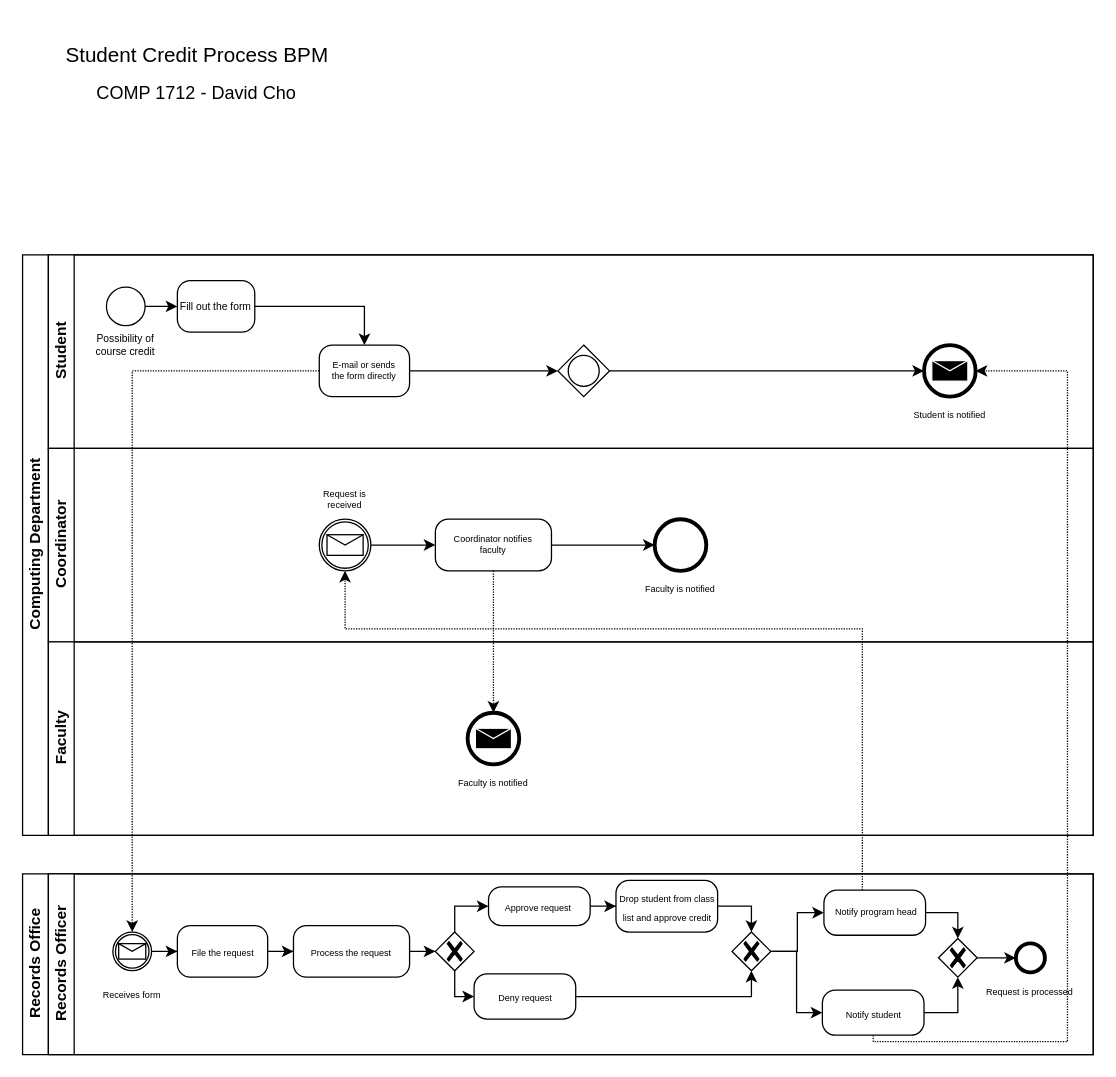
Above: Untitled Diagram.drawio in gdcho/comp1712 (draw.io), before the change. Source tidied: cells renumbered, new cells numbered last; positions are measured from the earlier drawing's top-left corner, leaving out a move shared by most shapes. Both pictures are drawn from the tidied source at 129%, with x=0, y=0 at pixel (22, 35).
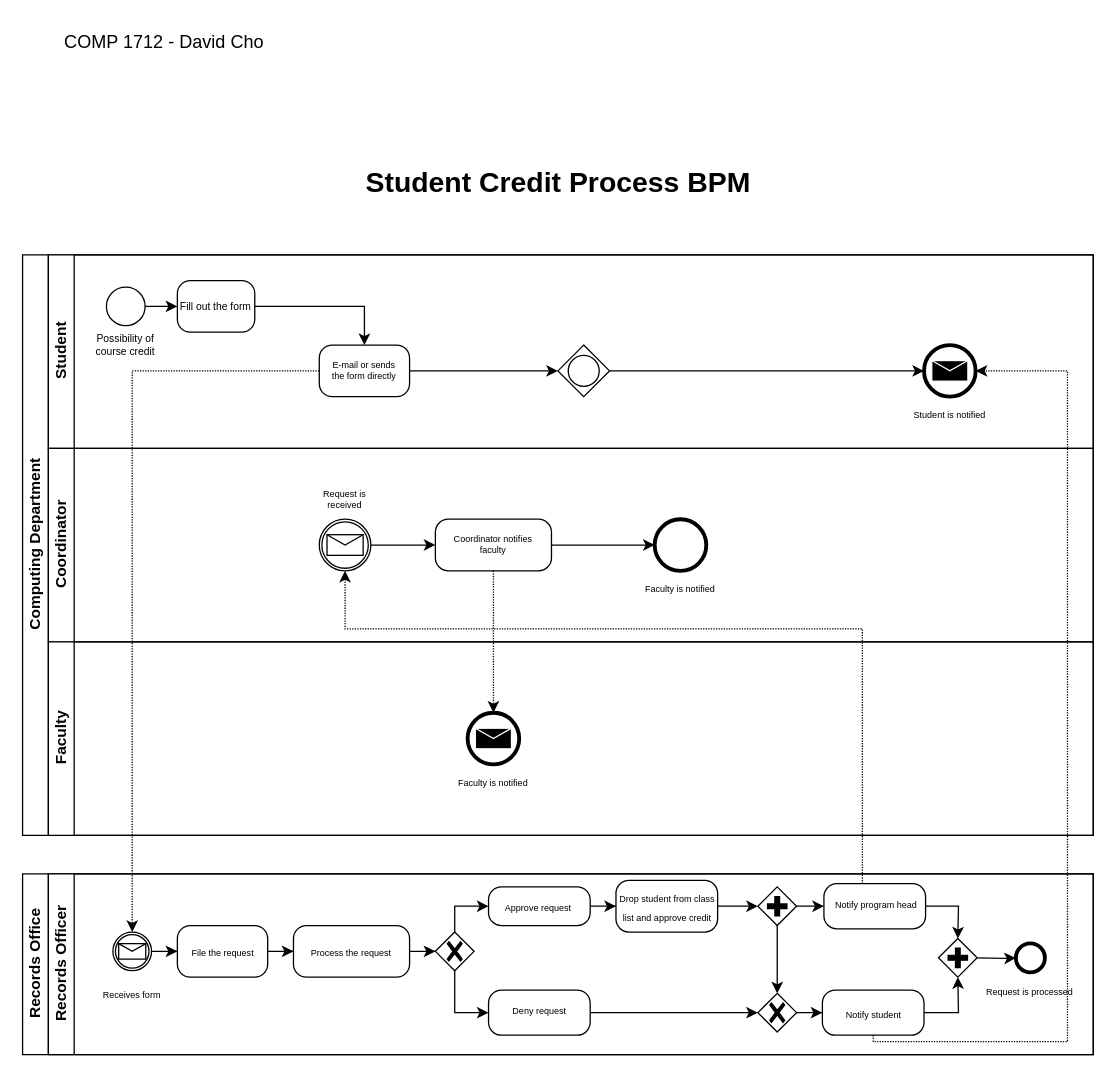
The same page after the edit.

Unchanged cells that the change refers to:
```xml
<mxCell id="16" value="Coordinator" style="swimlane;startSize=20;horizontal=0;html=1;" parent="2" vertex="1">
  <mxGeometry x="20" y="150" width="810" height="150" as="geometry" />
</mxCell>
<mxCell id="18" style="points=[[0.145,0.145,0],[0.5,0,0],[0.855,0.145,0],[1,0.5,0],[0.855,0.855,0],[0.5,1,0],[0.145,0.855,0],[0,0.5,0]];shape=mxgraph.bpmn.event;html=1;verticalLabelPosition=bottom;labelBackgroundColor=#ffffff;verticalAlign=top;align=center;perimeter=ellipsePerimeter;outlineConnect=0;outline=catching;symbol=message;" parent="16" vertex="1">
  <mxGeometry x="210" y="55" width="40" height="40" as="geometry" />
</mxCell>
<mxCell id="21" style="points=[[0.25,0,0],[0.5,0,0],[0.75,0,0],[1,0.25,0],[1,0.5,0],[1,0.75,0],[0.75,1,0],[0.5,1,0],[0.25,1,0],[0,0.75,0],[0,0.5,0],[0,0.25,0]];shape=mxgraph.bpmn.task;whiteSpace=wrap;rectStyle=rounded;size=10;html=1;taskMarker=abstract;" parent="16" vertex="1">
  <mxGeometry x="300" y="55" width="90" height="40" as="geometry" />
</mxCell>
<mxCell id="30" value="Records Officer" style="swimlane;startSize=20;horizontal=0;html=1;" parent="29" vertex="1">
  <mxGeometry x="20" width="810" height="140" as="geometry" />
</mxCell>
<mxCell id="42" style="points=[[0.25,0.25,0],[0.5,0,0],[0.75,0.25,0],[1,0.5,0],[0.75,0.75,0],[0.5,1,0],[0.25,0.75,0],[0,0.5,0]];shape=mxgraph.bpmn.gateway2;html=1;verticalLabelPosition=bottom;labelBackgroundColor=#ffffff;verticalAlign=top;align=center;perimeter=rhombusPerimeter;outlineConnect=0;outline=none;symbol=none;gwType=exclusive;" parent="30" vertex="1">
  <mxGeometry x="300" y="45" width="30" height="30" as="geometry" />
</mxCell>
<mxCell id="50" style="points=[[0.25,0,0],[0.5,0,0],[0.75,0,0],[1,0.25,0],[1,0.5,0],[1,0.75,0],[0.75,1,0],[0.5,1,0],[0.25,1,0],[0,0.75,0],[0,0.5,0],[0,0.25,0]];shape=mxgraph.bpmn.task;whiteSpace=wrap;rectStyle=rounded;size=10;html=1;taskMarker=abstract;" parent="30" vertex="1">
  <mxGeometry x="440" y="5" width="78.8" height="40" as="geometry" />
</mxCell>
<mxCell id="51" value="&lt;font style=&quot;font-size: 7px;&quot;&gt;Drop student from class list and approve credit&lt;br&gt;&lt;/font&gt;" style="text;html=1;strokeColor=none;fillColor=none;align=center;verticalAlign=middle;whiteSpace=wrap;rounded=0;" parent="30" vertex="1">
  <mxGeometry x="441.2" y="16.2" width="77.5" height="17.5" as="geometry" />
</mxCell>
<mxCell id="59" style="points=[[0.25,0,0],[0.5,0,0],[0.75,0,0],[1,0.25,0],[1,0.5,0],[1,0.75,0],[0.75,1,0],[0.5,1,0],[0.25,1,0],[0,0.75,0],[0,0.5,0],[0,0.25,0]];shape=mxgraph.bpmn.task;whiteSpace=wrap;rectStyle=rounded;size=10;html=1;taskMarker=abstract;" parent="30" vertex="1">
  <mxGeometry x="600" y="90" width="78.8" height="35" as="geometry" />
</mxCell>
<mxCell id="63" style="points=[[0.145,0.145,0],[0.5,0,0],[0.855,0.145,0],[1,0.5,0],[0.855,0.855,0],[0.5,1,0],[0.145,0.855,0],[0,0.5,0]];shape=mxgraph.bpmn.event;html=1;verticalLabelPosition=bottom;labelBackgroundColor=#ffffff;verticalAlign=top;align=center;perimeter=ellipsePerimeter;outlineConnect=0;outline=end;symbol=terminate2;" parent="30" vertex="1">
  <mxGeometry x="750" y="53.8" width="22.5" height="22.5" as="geometry" />
</mxCell>
```

What changed in the source:
```diff
@@
     <mxCell id="17" style="edgeStyle=orthogonalEdgeStyle;rounded=0;jettySize=auto;html=1;entryX=0;entryY=0.5;entryDx=0;entryDy=0;entryPerimeter=0;" parent="16" edge="1" source="18" target="21">
-      <mxGeometry relative="1" as="geometry" />
+      <mxGeometry relative="1" as="geometry">
+        <Array as="points">
+          <mxPoint x="270" y="75" />
+          <mxPoint x="270" y="75" />
+        </Array>
+      </mxGeometry>
     </mxCell>
@@
     <mxCell id="41" style="edgeStyle=orthogonalEdgeStyle;rounded=0;jettySize=auto;html=1;entryX=0;entryY=0.5;entryDx=0;entryDy=0;entryPerimeter=0;" parent="30" edge="1" source="42" target="45">
-      <mxGeometry relative="1" as="geometry" />
+      <mxGeometry relative="1" as="geometry">
+        <Array as="points">
+          <mxPoint x="315" y="107" />
+        </Array>
+      </mxGeometry>
     </mxCell>
@@
+    <mxCell id="70" style="edgeStyle=orthogonalEdgeStyle;rounded=0;jettySize=auto;html=1;entryX=0;entryY=0.5;entryDx=0;entryDy=0;entryPerimeter=0;" parent="30" edge="1" source="45" target="54">
+      <mxGeometry relative="1" as="geometry" />
+    </mxCell>
     <mxCell id="45" style="points=[[0.25,0,0],[0.5,0,0],[0.75,0,0],[1,0.25,0],[1,0.5,0],[1,0.75,0],[0.75,1,0],[0.5,1,0],[0.25,1,0],[0,0.75,0],[0,0.5,0],[0,0.25,0]];shape=mxgraph.bpmn.task;whiteSpace=wrap;rectStyle=rounded;size=10;html=1;taskMarker=abstract;" parent="30" vertex="1">
-      <mxGeometry x="330" y="77.5" width="78.8" height="35" as="geometry" />
+      <mxGeometry x="341.2" y="90" width="78.8" height="35" as="geometry" />
     </mxCell>
@@
-    <mxCell id="47" style="edgeStyle=orthogonalEdgeStyle;rounded=0;jettySize=auto;html=1;entryX=0.5;entryY=1;entryDx=0;entryDy=0;entryPerimeter=0;" parent="30" edge="1" source="48" target="54">
-      <mxGeometry relative="1" as="geometry" />
-    </mxCell>
     <mxCell id="48" value="&lt;font style=&quot;font-size: 7px;&quot;&gt;Deny request&lt;br&gt;&lt;/font&gt;" style="text;html=1;strokeColor=none;fillColor=none;align=center;verticalAlign=middle;whiteSpace=wrap;rounded=0;" parent="30" vertex="1">
-      <mxGeometry x="331.2" y="82.5" width="77.5" height="25" as="geometry" />
+      <mxGeometry x="341.9" y="92.5" width="77.5" height="25" as="geometry" />
     </mxCell>
-    <mxCell id="49" style="edgeStyle=orthogonalEdgeStyle;rounded=0;jettySize=auto;html=1;entryX=0.5;entryY=0;entryDx=0;entryDy=0;entryPerimeter=0;" parent="30" edge="1" source="50" target="54">
-      <mxGeometry relative="1" as="geometry" />
-    </mxCell>
@@
+    <mxCell id="71" style="edgeStyle=orthogonalEdgeStyle;rounded=0;jettySize=auto;html=1;entryX=0;entryY=0.5;entryDx=0;entryDy=0;entryPerimeter=0;" parent="30" edge="1" source="51" target="74">
+      <mxGeometry relative="1" as="geometry" />
+    </mxCell>
@@
-    <mxCell id="52" style="edgeStyle=orthogonalEdgeStyle;rounded=0;jettySize=auto;html=1;entryX=0;entryY=0.5;entryDx=0;entryDy=0;entryPerimeter=0;" parent="30" edge="1" source="54" target="56">
-      <mxGeometry relative="1" as="geometry" />
-    </mxCell>
@@
     <mxCell id="54" style="points=[[0.25,0.25,0],[0.5,0,0],[0.75,0.25,0],[1,0.5,0],[0.75,0.75,0],[0.5,1,0],[0.25,0.75,0],[0,0.5,0]];shape=mxgraph.bpmn.gateway2;html=1;verticalLabelPosition=bottom;labelBackgroundColor=#ffffff;verticalAlign=top;align=center;perimeter=rhombusPerimeter;outlineConnect=0;outline=none;symbol=none;gwType=exclusive;" parent="30" vertex="1">
-      <mxGeometry x="530" y="45" width="30" height="30" as="geometry" />
+      <mxGeometry x="550" y="92.5" width="30" height="30" as="geometry" />
     </mxCell>
-    <mxCell id="55" style="edgeStyle=orthogonalEdgeStyle;rounded=0;jettySize=auto;html=1;entryX=0.5;entryY=0;entryDx=0;entryDy=0;entryPerimeter=0;" parent="30" edge="1" source="56" target="62">
-      <mxGeometry relative="1" as="geometry" />
+    <mxCell id="55" style="edgeStyle=orthogonalEdgeStyle;rounded=0;jettySize=auto;html=1;entryX=0.5;entryY=0;entryDx=0;entryDy=0;entryPerimeter=0;" parent="30" edge="1" source="56">
+      <mxGeometry relative="1" as="geometry">
+        <mxPoint x="705" y="50" as="targetPoint" />
+      </mxGeometry>
     </mxCell>
     <mxCell id="56" style="points=[[0.25,0,0],[0.5,0,0],[0.75,0,0],[1,0.25,0],[1,0.5,0],[1,0.75,0],[0.75,1,0],[0.5,1,0],[0.25,1,0],[0,0.75,0],[0,0.5,0],[0,0.25,0]];shape=mxgraph.bpmn.task;whiteSpace=wrap;rectStyle=rounded;size=10;html=1;taskMarker=abstract;" parent="30" vertex="1">
-      <mxGeometry x="601.2" y="12.5" width="78.8" height="35" as="geometry" />
+      <mxGeometry x="601.2" y="7.5" width="78.8" height="35" as="geometry" />
     </mxCell>
     <mxCell id="57" value="&lt;font style=&quot;font-size: 7px;&quot;&gt;Notify program head&lt;br&gt;&lt;/font&gt;" style="text;html=1;strokeColor=none;fillColor=none;align=center;verticalAlign=middle;whiteSpace=wrap;rounded=0;" parent="30" vertex="1">
-      <mxGeometry x="602.5" y="15" width="77.5" height="25" as="geometry" />
+      <mxGeometry x="602.5" y="10" width="77.5" height="25" as="geometry" />
     </mxCell>
-    <mxCell id="58" style="edgeStyle=orthogonalEdgeStyle;rounded=0;jettySize=auto;html=1;entryX=0.5;entryY=1;entryDx=0;entryDy=0;entryPerimeter=0;" parent="30" edge="1" source="59" target="62">
-      <mxGeometry relative="1" as="geometry" />
+    <mxCell id="58" style="edgeStyle=orthogonalEdgeStyle;rounded=0;jettySize=auto;html=1;entryX=0.5;entryY=1;entryDx=0;entryDy=0;entryPerimeter=0;" parent="30" edge="1" source="59">
+      <mxGeometry relative="1" as="geometry">
+        <mxPoint x="705" y="80" as="targetPoint" />
+      </mxGeometry>
     </mxCell>
@@
-    <mxCell id="61" style="edgeStyle=orthogonalEdgeStyle;rounded=0;jettySize=auto;html=1;" parent="30" edge="1" source="62" target="63">
-      <mxGeometry relative="1" as="geometry" />
+    <mxCell id="61" style="edgeStyle=orthogonalEdgeStyle;rounded=0;jettySize=auto;html=1;" parent="30" edge="1" target="63">
+      <mxGeometry relative="1" as="geometry">
+        <mxPoint x="720" y="65" as="sourcePoint" />
+      </mxGeometry>
     </mxCell>
-    <mxCell id="62" style="points=[[0.25,0.25,0],[0.5,0,0],[0.75,0.25,0],[1,0.5,0],[0.75,0.75,0],[0.5,1,0],[0.25,0.75,0],[0,0.5,0]];shape=mxgraph.bpmn.gateway2;html=1;verticalLabelPosition=bottom;labelBackgroundColor=#ffffff;verticalAlign=top;align=center;perimeter=rhombusPerimeter;outlineConnect=0;outline=none;symbol=none;gwType=exclusive;" parent="30" vertex="1">
-      <mxGeometry x="690" y="50" width="30" height="30" as="geometry" />
-    </mxCell>
@@
+    <mxCell id="72" style="edgeStyle=orthogonalEdgeStyle;rounded=0;jettySize=auto;html=1;entryX=0;entryY=0.5;entryDx=0;entryDy=0;entryPerimeter=0;" parent="30" edge="1" source="74" target="56">
+      <mxGeometry relative="1" as="geometry" />
+    </mxCell>
+    <mxCell id="73" style="edgeStyle=orthogonalEdgeStyle;rounded=0;jettySize=auto;html=1;entryX=0.5;entryY=0;entryDx=0;entryDy=0;entryPerimeter=0;" parent="30" edge="1" source="74" target="54">
+      <mxGeometry relative="1" as="geometry" />
+    </mxCell>
+    <mxCell id="74" style="points=[[0.25,0.25,0],[0.5,0,0],[0.75,0.25,0],[1,0.5,0],[0.75,0.75,0],[0.5,1,0],[0.25,0.75,0],[0,0.5,0]];shape=mxgraph.bpmn.gateway2;html=1;verticalLabelPosition=bottom;labelBackgroundColor=#ffffff;verticalAlign=top;align=center;perimeter=rhombusPerimeter;outlineConnect=0;outline=none;symbol=none;gwType=parallel;" parent="30" vertex="1">
+      <mxGeometry x="550" y="10" width="30" height="30" as="geometry" />
+    </mxCell>
+    <mxCell id="75" style="shape=mxgraph.bpmn.gateway2;html=1;verticalLabelPosition=bottom;labelBackgroundColor=#ffffff;verticalAlign=top;align=center;perimeter=rhombusPerimeter;outline=none;symbol=none;gwType=parallel;" parent="30" vertex="1">
+      <mxGeometry x="690" y="50" width="30" height="30" as="geometry" />
+    </mxCell>
@@
-    <mxCell id="68" value="Student Credit Process BPM" style="text;html=1;align=center;verticalAlign=middle;strokeColor=none;fillColor=none;fontSize=16;" parent="1" vertex="1">
-      <mxGeometry x="20" width="230" height="30" as="geometry" />
+    <mxCell id="68" value="Student Credit Process BPM" style="text;html=1;align=center;verticalAlign=middle;strokeColor=none;fillColor=none;fontSize=22;fontStyle=1;" parent="1" vertex="1">
+      <mxGeometry x="255" y="95" width="320" height="40" as="geometry" />
     </mxCell>
     <mxCell id="69" value="COMP 1712 - David Cho " style="text;html=1;strokeColor=none;fillColor=none;align=center;verticalAlign=middle;whiteSpace=wrap;rounded=0;fontSize=14;" parent="1" vertex="1">
-      <mxGeometry x="20" y="30" width="230" height="30" as="geometry" />
+      <mxGeometry x="10" y="-10" width="200" height="30" as="geometry" />
     </mxCell>
```
